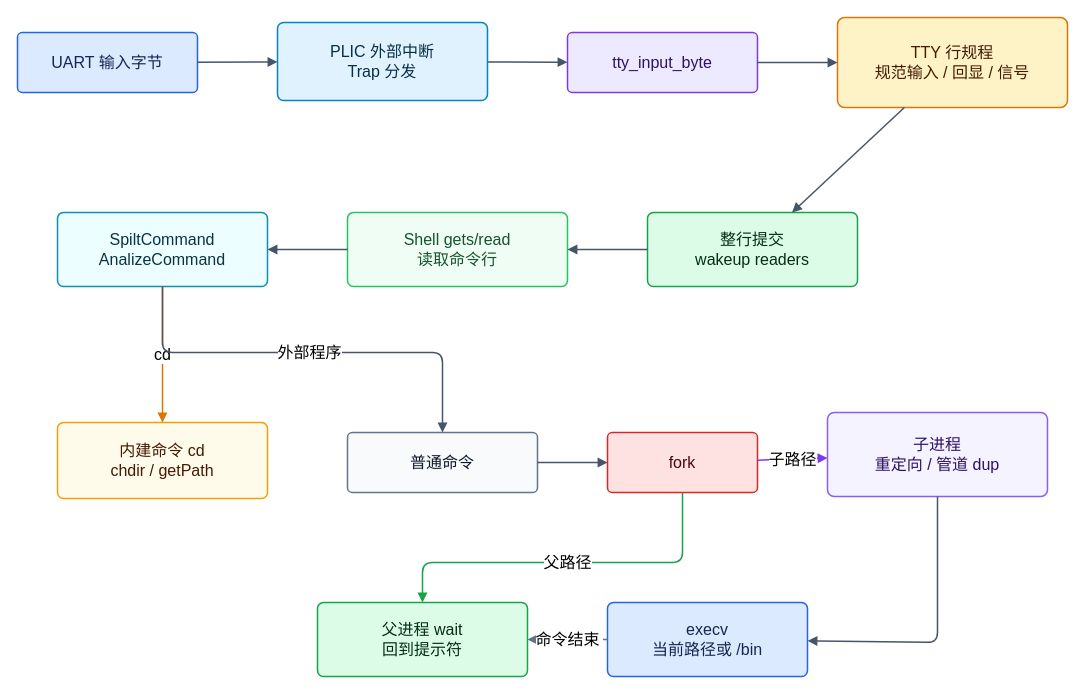
The draw.io diagram figures/tty-shell-flow.drawio in greatbridf/Thesis, before the edit. Source tidied: cells renumbered, new cells numbered last; positions are measured from the earlier drawing's top-left corner, leaving out a move shared by most shapes. Both pictures are drawn from the tidied source at 100%, with x=0, y=0 at pixel (17, 17).
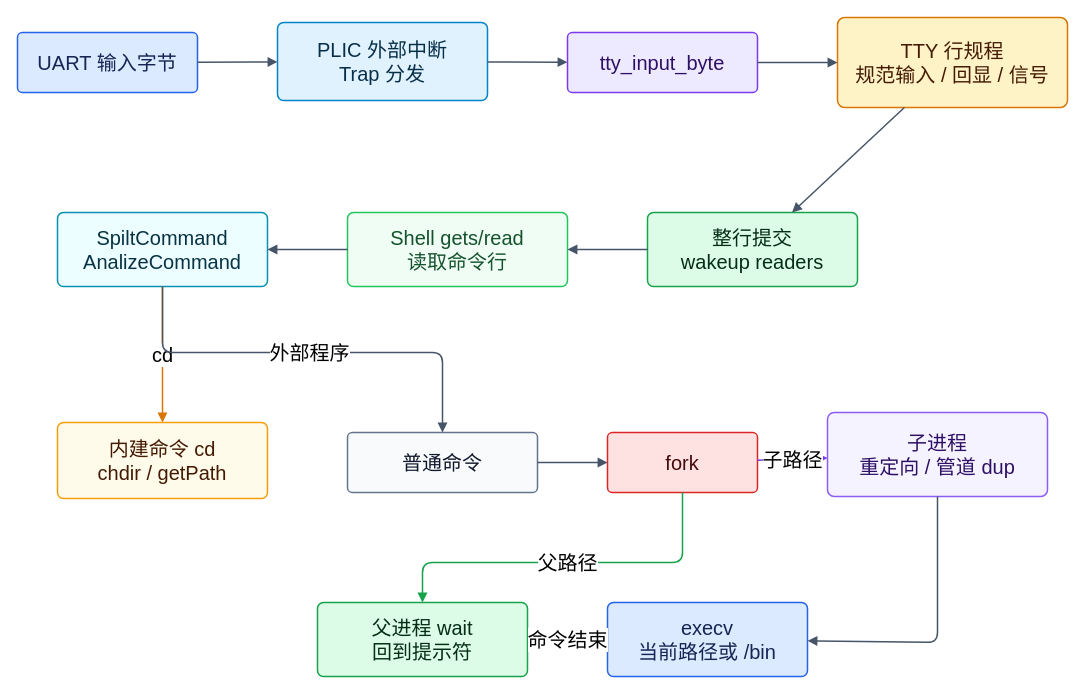
The same diagram, later.

Diff of the diagram source:
```diff
@@
-    <mxCell id="2" value="UART 输入字节" style="rounded=1;whiteSpace=wrap;html=1;fillColor=#dbeafe;strokeColor=#2563eb;fontColor=#172554;arcSize=8;strokeWidth=1.5;fontSize=16;" parent="1" vertex="1">
+    <mxCell id="2" value="UART 输入字节" style="rounded=1;whiteSpace=wrap;html=1;fillColor=#dbeafe;strokeColor=#2563eb;fontColor=#172554;arcSize=8;strokeWidth=1.5;fontSize=20;" parent="1" vertex="1">
       <mxGeometry y="15" width="180" height="60" as="geometry" />
     </mxCell>
-    <mxCell id="3" value="PLIC 外部中断&lt;br&gt;Trap 分发" style="rounded=1;whiteSpace=wrap;html=1;fillColor=#e0f2fe;strokeColor=#0284c7;fontColor=#082f49;arcSize=8;strokeWidth=1.5;fontSize=16;" parent="1" vertex="1">
+    <mxCell id="3" value="PLIC 外部中断&lt;br&gt;Trap 分发" style="rounded=1;whiteSpace=wrap;html=1;fillColor=#e0f2fe;strokeColor=#0284c7;fontColor=#082f49;arcSize=8;strokeWidth=1.5;fontSize=20;" parent="1" vertex="1">
       <mxGeometry x="260" y="5" width="210" height="78" as="geometry" />
     </mxCell>
-    <mxCell id="4" value="tty_input_byte" style="rounded=1;whiteSpace=wrap;html=1;fillColor=#ede9fe;strokeColor=#7c3aed;fontColor=#2e1065;arcSize=8;strokeWidth=1.5;fontSize=16;" parent="1" vertex="1">
+    <mxCell id="4" value="tty_input_byte" style="rounded=1;whiteSpace=wrap;html=1;fillColor=#ede9fe;strokeColor=#7c3aed;fontColor=#2e1065;arcSize=8;strokeWidth=1.5;fontSize=20;" parent="1" vertex="1">
       <mxGeometry x="550" y="15" width="190" height="60" as="geometry" />
     </mxCell>
-    <mxCell id="5" value="TTY 行规程&lt;br&gt;规范输入 / 回显 / 信号" style="rounded=1;whiteSpace=wrap;html=1;fillColor=#fef3c7;strokeColor=#d97706;fontColor=#451a03;arcSize=8;strokeWidth=1.5;fontSize=16;" parent="1" vertex="1">
+    <mxCell id="5" value="TTY 行规程&lt;br&gt;规范输入 / 回显 / 信号" style="rounded=1;whiteSpace=wrap;html=1;fillColor=#fef3c7;strokeColor=#d97706;fontColor=#451a03;arcSize=8;strokeWidth=1.5;fontSize=20;" parent="1" vertex="1">
       <mxGeometry x="820" width="230" height="90" as="geometry" />
     </mxCell>
-    <mxCell id="6" value="整行提交&lt;br&gt;wakeup readers" style="rounded=1;whiteSpace=wrap;html=1;fillColor=#dcfce7;strokeColor=#16a34a;fontColor=#052e16;arcSize=8;strokeWidth=1.5;fontSize=16;" parent="1" vertex="1">
+    <mxCell id="6" value="整行提交&lt;br&gt;wakeup readers" style="rounded=1;whiteSpace=wrap;html=1;fillColor=#dcfce7;strokeColor=#16a34a;fontColor=#052e16;arcSize=8;strokeWidth=1.5;fontSize=20;" parent="1" vertex="1">
       <mxGeometry x="630" y="195" width="210" height="74" as="geometry" />
     </mxCell>
-    <mxCell id="7" value="Shell gets/read&lt;br&gt;读取命令行" style="rounded=1;whiteSpace=wrap;html=1;fillColor=#f0fdf4;strokeColor=#22c55e;fontColor=#14532d;arcSize=8;strokeWidth=1.5;fontSize=16;" parent="1" vertex="1">
+    <mxCell id="7" value="Shell gets/read&lt;br&gt;读取命令行" style="rounded=1;whiteSpace=wrap;html=1;fillColor=#f0fdf4;strokeColor=#22c55e;fontColor=#14532d;arcSize=8;strokeWidth=1.5;fontSize=20;" parent="1" vertex="1">
       <mxGeometry x="330" y="195" width="220" height="74" as="geometry" />
     </mxCell>
-    <mxCell id="8" value="SpiltCommand&lt;br&gt;AnalizeCommand" style="rounded=1;whiteSpace=wrap;html=1;fillColor=#ecfeff;strokeColor=#0891b2;fontColor=#083344;arcSize=8;strokeWidth=1.5;fontSize=16;" parent="1" vertex="1">
+    <mxCell id="8" value="SpiltCommand&lt;br&gt;AnalizeCommand" style="rounded=1;whiteSpace=wrap;html=1;fillColor=#ecfeff;strokeColor=#0891b2;fontColor=#083344;arcSize=8;strokeWidth=1.5;fontSize=20;" parent="1" vertex="1">
       <mxGeometry x="40" y="195" width="210" height="74" as="geometry" />
     </mxCell>
-    <mxCell id="9" value="内建命令 cd&lt;br&gt;chdir / getPath" style="rounded=1;whiteSpace=wrap;html=1;fillColor=#fffbeb;strokeColor=#f59e0b;fontColor=#451a03;arcSize=8;strokeWidth=1.5;fontSize=16;" parent="1" vertex="1">
+    <mxCell id="9" value="内建命令 cd&lt;br&gt;chdir / getPath" style="rounded=1;whiteSpace=wrap;html=1;fillColor=#fffbeb;strokeColor=#f59e0b;fontColor=#451a03;arcSize=8;strokeWidth=1.5;fontSize=20;" parent="1" vertex="1">
       <mxGeometry x="40" y="405" width="210" height="76" as="geometry" />
     </mxCell>
-    <mxCell id="10" value="普通命令" style="rounded=1;whiteSpace=wrap;html=1;fillColor=#f8fafc;strokeColor=#64748b;fontColor=#0f172a;arcSize=8;strokeWidth=1.5;fontSize=16;" parent="1" vertex="1">
+    <mxCell id="10" value="普通命令" style="rounded=1;whiteSpace=wrap;html=1;fillColor=#f8fafc;strokeColor=#64748b;fontColor=#0f172a;arcSize=8;strokeWidth=1.5;fontSize=20;" parent="1" vertex="1">
       <mxGeometry x="330" y="415" width="190" height="60" as="geometry" />
     </mxCell>
-    <mxCell id="11" value="fork" style="rounded=1;whiteSpace=wrap;html=1;fillColor=#fee2e2;strokeColor=#dc2626;fontColor=#450a0a;arcSize=8;strokeWidth=1.5;fontSize=16;" parent="1" vertex="1">
+    <mxCell id="11" value="fork" style="rounded=1;whiteSpace=wrap;html=1;fillColor=#fee2e2;strokeColor=#dc2626;fontColor=#450a0a;arcSize=8;strokeWidth=1.5;fontSize=20;" parent="1" vertex="1">
       <mxGeometry x="590" y="415" width="150" height="60" as="geometry" />
     </mxCell>
-    <mxCell id="12" value="子进程&lt;br&gt;重定向 / 管道 dup" style="rounded=1;whiteSpace=wrap;html=1;fillColor=#f5f3ff;strokeColor=#8b5cf6;fontColor=#2e1065;arcSize=8;strokeWidth=1.5;fontSize=16;" parent="1" vertex="1">
+    <mxCell id="12" value="子进程&lt;br&gt;重定向 / 管道 dup" style="rounded=1;whiteSpace=wrap;html=1;fillColor=#f5f3ff;strokeColor=#8b5cf6;fontColor=#2e1065;arcSize=8;strokeWidth=1.5;fontSize=20;" parent="1" vertex="1">
       <mxGeometry x="810" y="395" width="220" height="84" as="geometry" />
     </mxCell>
-    <mxCell id="13" value="execv&lt;br&gt;当前路径或 /bin" style="rounded=1;whiteSpace=wrap;html=1;fillColor=#dbeafe;strokeColor=#2563eb;fontColor=#172554;arcSize=8;strokeWidth=1.5;fontSize=16;" parent="1" vertex="1">
+    <mxCell id="13" value="execv&lt;br&gt;当前路径或 /bin" style="rounded=1;whiteSpace=wrap;html=1;fillColor=#dbeafe;strokeColor=#2563eb;fontColor=#172554;arcSize=8;strokeWidth=1.5;fontSize=20;" parent="1" vertex="1">
       <mxGeometry x="590" y="585" width="200" height="74" as="geometry" />
     </mxCell>
-    <mxCell id="14" value="父进程 wait&lt;br&gt;回到提示符" style="rounded=1;whiteSpace=wrap;html=1;fillColor=#dcfce7;strokeColor=#16a34a;fontColor=#052e16;arcSize=8;strokeWidth=1.5;fontSize=16;" parent="1" vertex="1">
+    <mxCell id="14" value="父进程 wait&lt;br&gt;回到提示符" style="rounded=1;whiteSpace=wrap;html=1;fillColor=#dcfce7;strokeColor=#16a34a;fontColor=#052e16;arcSize=8;strokeWidth=1.5;fontSize=20;" parent="1" vertex="1">
       <mxGeometry x="300" y="585" width="210" height="74" as="geometry" />
     </mxCell>
@@
-    <mxCell id="21" value="cd" style="endArrow=block;html=1;strokeColor=#d97706;strokeWidth=1.5;fontSize=16;" parent="1" edge="1" source="8" target="9">
+    <mxCell id="21" value="cd" style="endArrow=block;html=1;strokeColor=#d97706;strokeWidth=1.5;fontSize=20;" parent="1" edge="1" source="8" target="9">
       <mxGeometry relative="1" as="geometry" />
     </mxCell>
-    <mxCell id="22" value="外部程序" style="endArrow=block;html=1;strokeColor=#475569;strokeWidth=1.5;fontSize=16;" parent="1" edge="1" source="8" target="10">
+    <mxCell id="22" value="外部程序" style="endArrow=block;html=1;strokeColor=#475569;strokeWidth=1.5;fontSize=20;" parent="1" edge="1" source="8" target="10">
       <mxGeometry relative="1" as="geometry">
         <Array as="points">
           <mxPoint x="145" y="335" />
           <mxPoint x="425" y="335" />
         </Array>
       </mxGeometry>
     </mxCell>
@@
-    <mxCell id="24" value="子路径" style="endArrow=block;html=1;strokeColor=#7c3aed;strokeWidth=1.5;fontSize=16;" parent="1" edge="1" source="11" target="12">
+    <mxCell id="24" value="子路径" style="endArrow=block;html=1;strokeColor=#7c3aed;strokeWidth=1.5;fontSize=20;" parent="1" edge="1" source="11" target="12">
       <mxGeometry relative="1" as="geometry" />
     </mxCell>
@@
-    <mxCell id="26" value="父路径" style="endArrow=block;html=1;strokeColor=#16a34a;strokeWidth=1.5;fontSize=16;" parent="1" edge="1" source="11" target="14">
+    <mxCell id="26" value="父路径" style="endArrow=block;html=1;strokeColor=#16a34a;strokeWidth=1.5;fontSize=20;" parent="1" edge="1" source="11" target="14">
       <mxGeometry relative="1" as="geometry">
         <Array as="points">
           <mxPoint x="665" y="545" />
           <mxPoint x="405" y="545" />
         </Array>
       </mxGeometry>
     </mxCell>
-    <mxCell id="27" value="命令结束" style="endArrow=block;html=1;strokeColor=#64748b;strokeWidth=1.5;dashed=1;fontSize=16;" parent="1" edge="1" source="13" target="14">
+    <mxCell id="27" value="命令结束" style="endArrow=block;html=1;strokeColor=#64748b;strokeWidth=1.5;dashed=1;fontSize=20;" parent="1" edge="1" source="13" target="14">
       <mxGeometry relative="1" as="geometry" />
     </mxCell>
```
